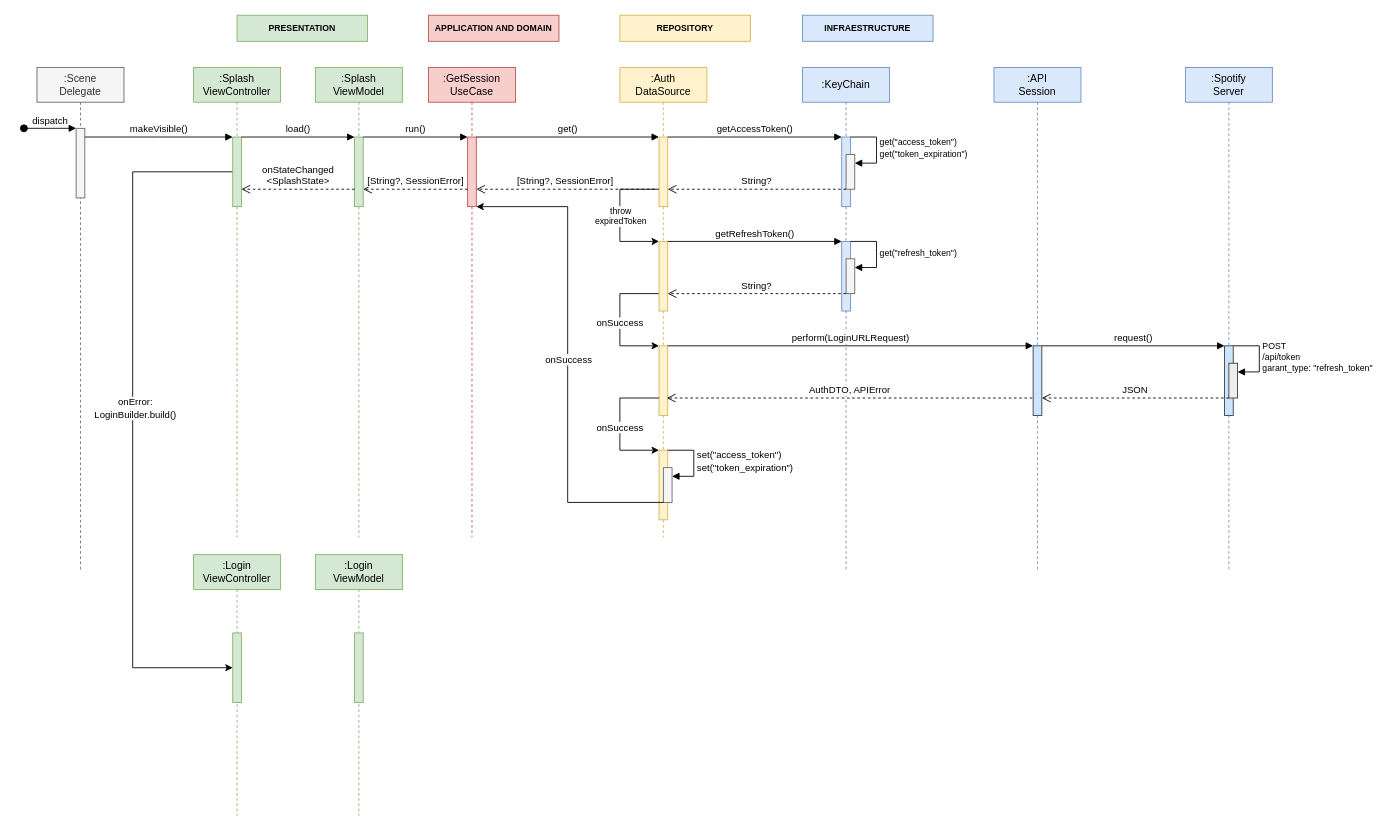
This is resources/sequence_diagram.drawio from anagumo/spotijam, a draw.io file, before an edit. Source tidied: cells renumbered, new cells numbered last; positions are measured from the earlier drawing's top-left corner, leaving out a move shared by most shapes. Both pictures are drawn from the tidied source at 87%, with x=0, y=0 at pixel (23, 15).
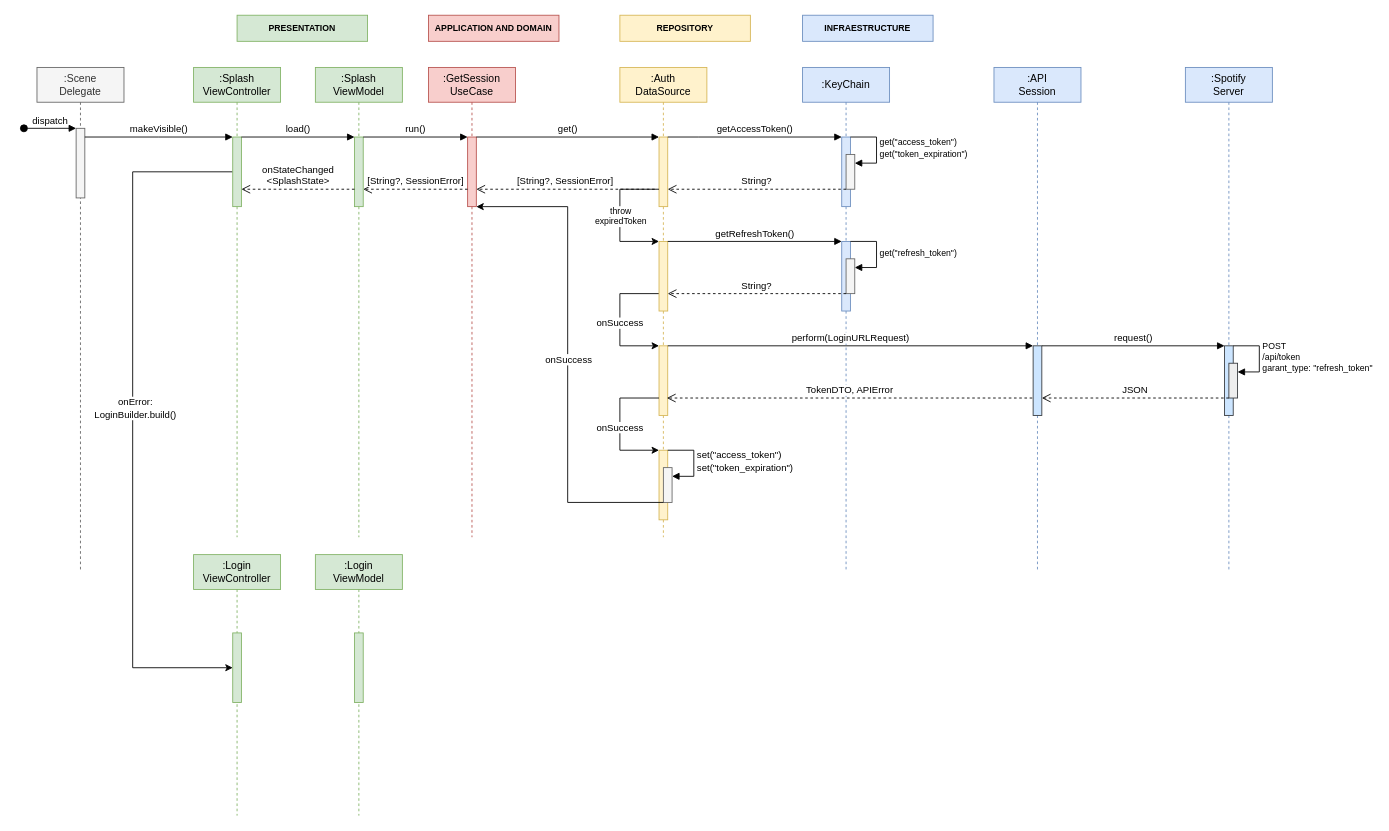
Above is the later version.

The edit, as a diff of the source:
```diff
@@
-    <mxCell id="47" value="AuthDTO, APIError" style="html=1;verticalAlign=bottom;endArrow=open;dashed=1;endSize=8;curved=0;rounded=0;" parent="1" edge="1">
+    <mxCell id="47" value="TokenDTO, APIError" style="html=1;verticalAlign=bottom;endArrow=open;dashed=1;endSize=8;curved=0;rounded=0;" parent="1" edge="1">
       <mxGeometry relative="1" as="geometry">
         <mxPoint x="1159" y="440" as="sourcePoint" />
         <mxPoint x="739" y="440" as="targetPoint" />
       </mxGeometry>
     </mxCell>
```
